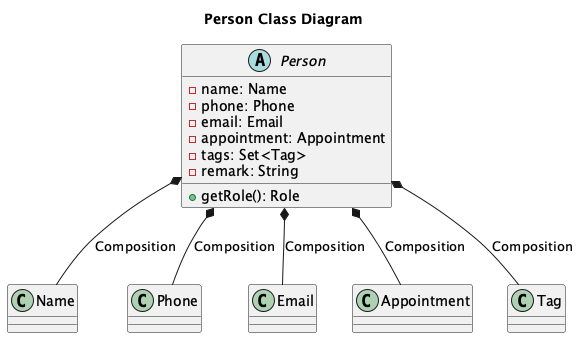
This is docs/images/dg/PersonClassDiagram.png from nus-cs2103-AY2425S1/tp, a PlantUML export, as it was before one commit. Source of this version:
```plantuml
@startuml
title Person Class Diagram
abstract class Person {
    - name: Name
    - phone: Phone
    - email: Email
    - appointment: Appointment
    - tags: Set<Tag>
    - remark: String
    + getRole(): Role
}

Person *-- Name : Composition
Person *-- Phone : Composition
Person *-- Email : Composition
Person *-- Appointment : Composition
Person *-- Tag : Composition

@enduml
```
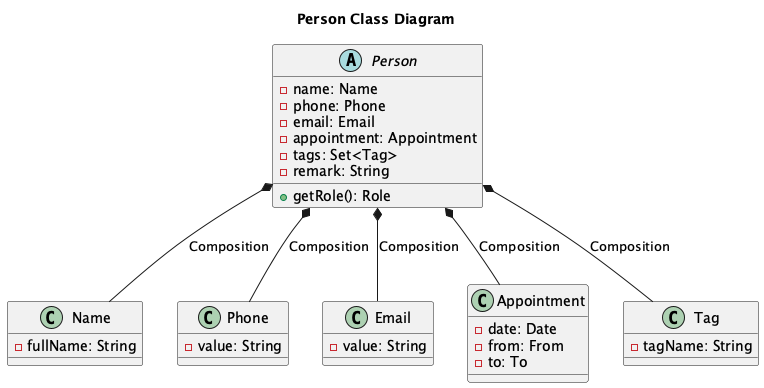
The same diagram one commit later.

The edit, as a diff of the source:
```diff
@@ -1,5 +1,6 @@
 @startuml
 title Person Class Diagram
+
 abstract class Person {
     - name: Name
     - phone: Phone
@@ -10,6 +11,28 @@
     + getRole(): Role
 }
 
+class Name {
+    - fullName: String
+}
+
+class Phone {
+    - value: String
+}
+
+class Email {
+    - value: String
+}
+
+class Appointment {
+    - date: Date
+    - from: From
+    - to: To
+}
+
+class Tag {
+    - tagName: String
+}
+
 Person *-- Name : Composition
 Person *-- Phone : Composition
 Person *-- Email : Composition
```
